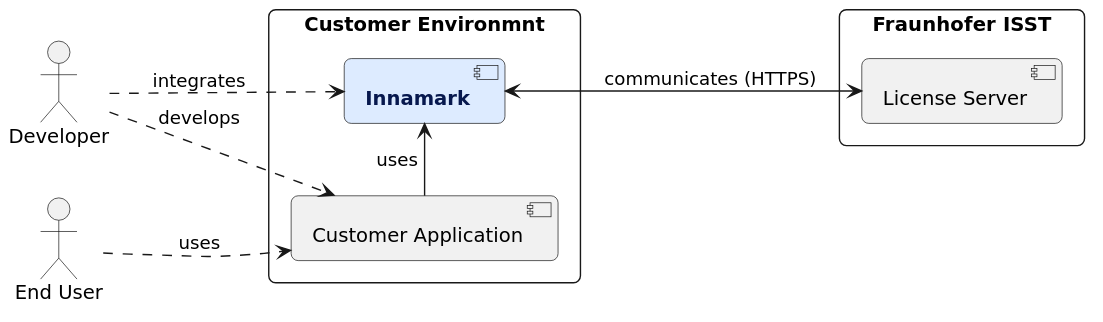
FraunhoferISST/Innamark keeps this PlantUML diagram as docs/architecture/images/03_context.svg. Above is the earlier version. Its diagram source:
```plantuml
@startuml
!include style.puml
left to right direction
hide stereotypes

rectangle "Customer Environmnt" as company {
    component "Customer Application" as app

    component "**Innamark**" as innamark <<Innamark>>
}

rectangle "Fraunhofer ISST" as isst {
    component "License Server" as parent_api
}

actor "End User" as user
actor "Developer" as dev

user .down.> app : uses
app -> innamark : "uses    "
innamark <--> parent_api : communicates (HTTPS)

dev ..> app : develops
dev ..> innamark : integrates
@enduml
```
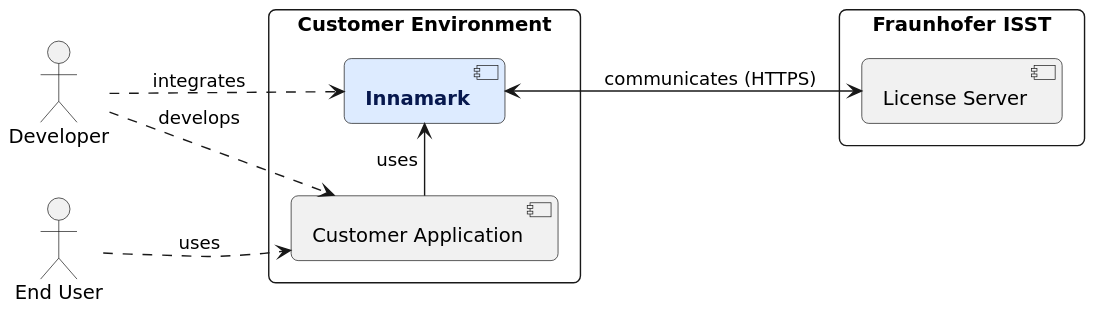
Later version of the same file.

Commit message:
chore: fix multiple small architecture doc issues

Diff of the diagram source:
```diff
@@ -3,7 +3,7 @@
 left to right direction
 hide stereotypes
 
-rectangle "Customer Environmnt" as company {
+rectangle "Customer Environment" as company {
     component "Customer Application" as app
 
     component "**Innamark**" as innamark <<Innamark>>
```
